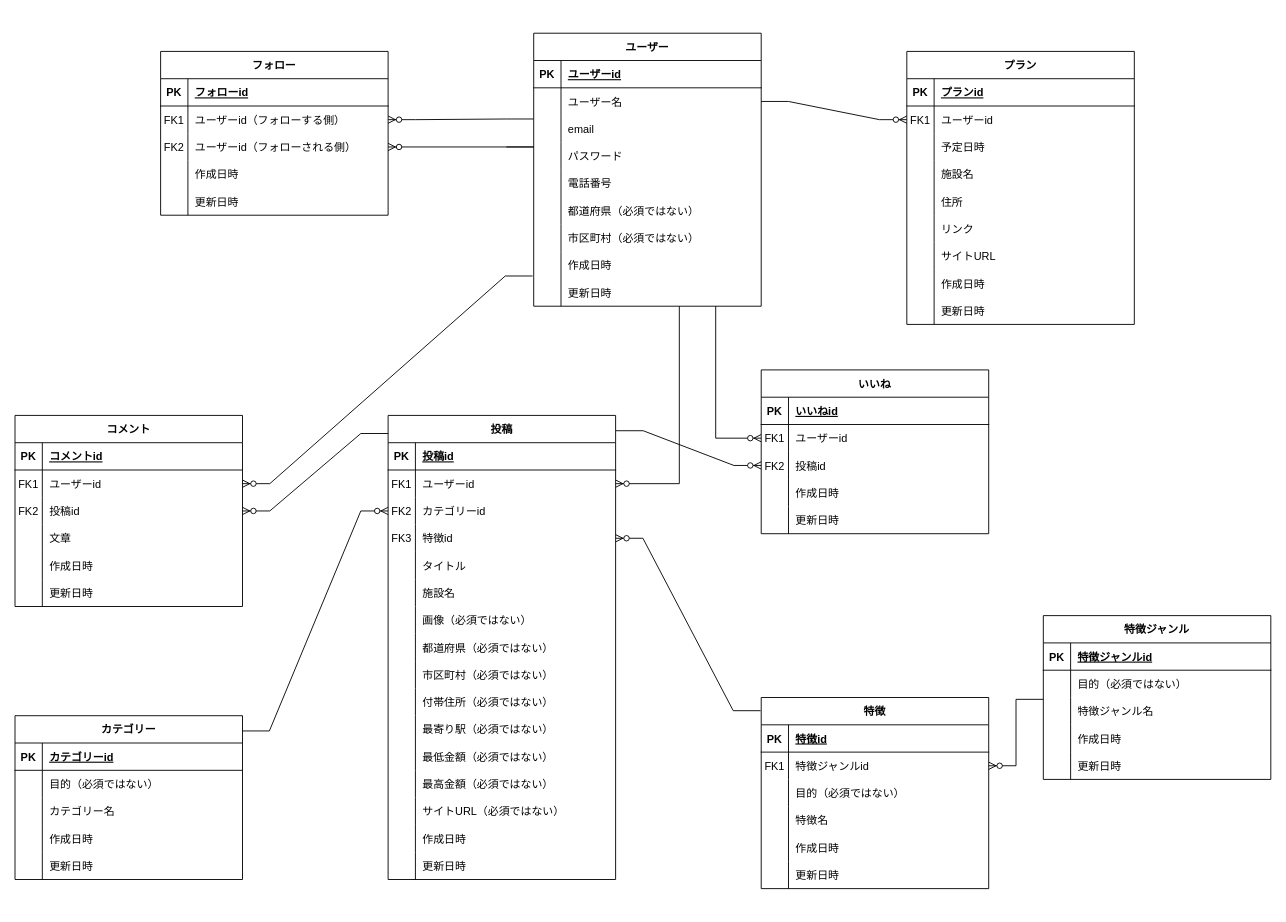
Above: er_figure.drawio in JunkiYuasa/trip_planning (draw.io), before the change. Source tidied: cells renumbered, new cells numbered last; positions are measured from the earlier drawing's top-left corner, leaving out a move shared by most shapes. Both pictures are drawn from the tidied source at 91%, with x=0, y=0 at pixel (15, 33).
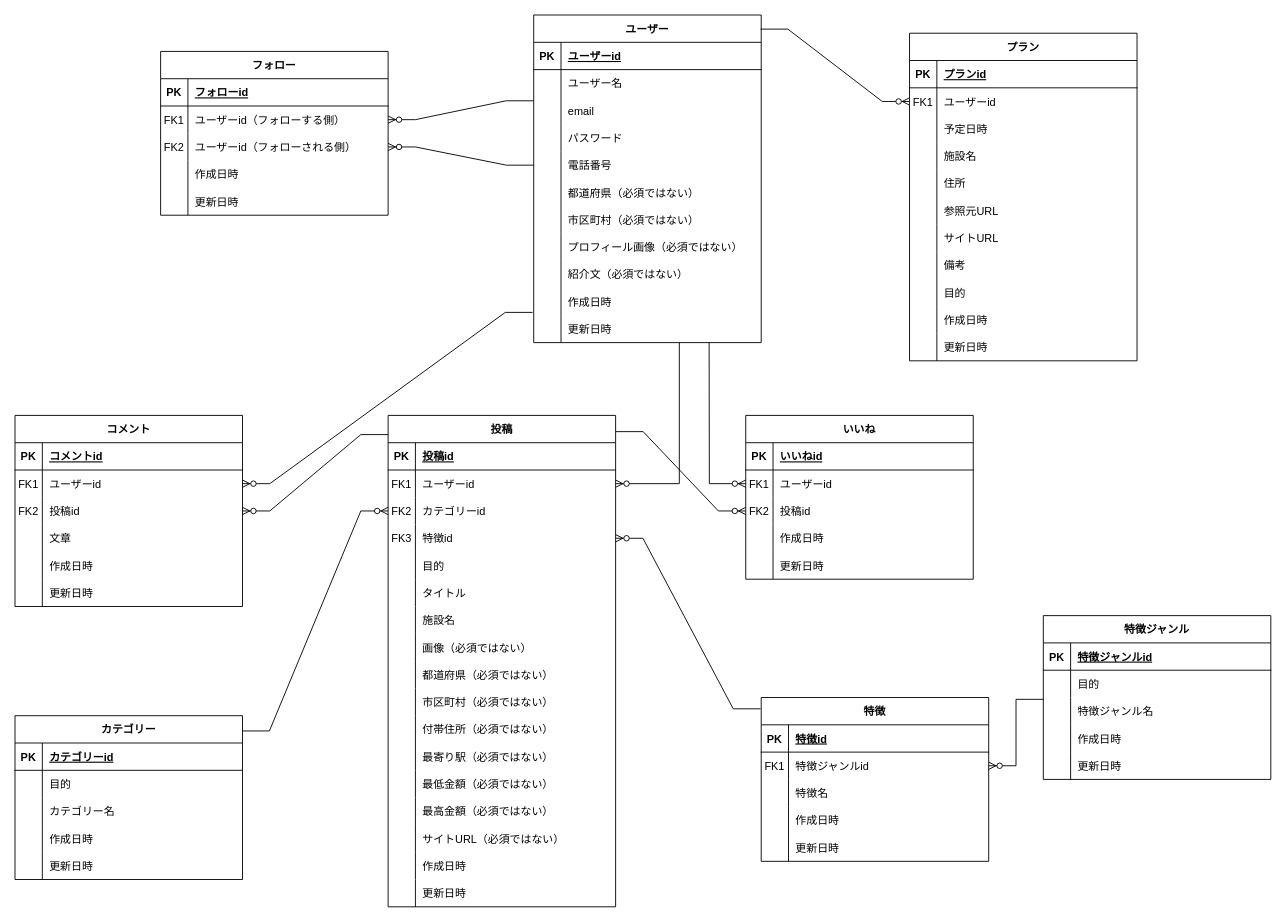
Above is the later version.

Commit message:
er_figure.drawio を更新します

Unchanged cells that the change refers to:
```xml
<mxCell id="74" style="shape=partialRectangle;fillColor=none;points=[[0,0.5],[1,0.5]];portConstraint=eastwest;top=0;left=0;right=0;bottom=0;" parent="70" vertex="1">
  <mxGeometry y="60" width="250" height="30" as="geometry" />
</mxCell>
<mxCell id="83" style="shape=partialRectangle;fillColor=none;points=[[0,0.5],[1,0.5]];portConstraint=eastwest;top=0;left=0;right=0;bottom=0;" parent="70" vertex="1">
  <mxGeometry y="150" width="250" height="30" as="geometry" />
</mxCell>
<mxCell id="121" style="shape=partialRectangle;fillColor=none;top=0;left=0;right=0;bottom=0;" parent="117" vertex="1">
  <mxGeometry y="60" width="250" height="30" as="geometry" />
</mxCell>
<mxCell id="137" style="shape=partialRectangle;fillColor=none;top=0;left=0;right=0;bottom=0;" parent="133" vertex="1">
  <mxGeometry y="60" width="250" height="30" as="geometry" />
</mxCell>
<mxCell id="153" style="shape=partialRectangle;fillColor=none;points=[[0,0.5],[1,0.5]];portConstraint=eastwest;top=0;left=0;right=0;bottom=0;" parent="149" vertex="1">
  <mxGeometry y="60" width="250" height="30" as="geometry" />
</mxCell>
<mxCell id="172" style="shape=partialRectangle;fillColor=none;points=[[0,0.5],[1,0.5]];portConstraint=eastwest;top=0;left=0;right=0;bottom=0;" parent="165" vertex="1">
  <mxGeometry y="90" width="250" height="30" as="geometry" />
</mxCell>
<mxCell id="185" style="shape=partialRectangle;fillColor=none;points=[[0,0.5],[1,0.5]];portConstraint=eastwest;top=0;left=0;right=0;bottom=0;" parent="181" vertex="1">
  <mxGeometry y="60" width="250" height="30" as="geometry" />
</mxCell>
<mxCell id="197" style="shape=partialRectangle;fillColor=none;top=0;left=0;right=0;bottom=0;" parent="181" vertex="1">
  <mxGeometry y="180" width="250" height="30" as="geometry" />
</mxCell>
```

Change to the diagram source:
```diff
@@
     <mxCell id="2" value="投稿" style="shape=table;startSize=30;childLayout=tableLayout;rowLines=0;fontStyle=1;align=center;" parent="1" vertex="1">
-      <mxGeometry x="410" y="420" width="250" height="510" as="geometry" />
+      <mxGeometry x="410" y="420" width="250" height="540" as="geometry" />
     </mxCell>
@@
+    <mxCell id="220" style="shape=partialRectangle;fillColor=none;top=0;left=0;right=0;bottom=0;" parent="2" vertex="1">
+      <mxGeometry y="150" width="250" height="30" as="geometry" />
+    </mxCell>
+    <mxCell id="221" style="shape=partialRectangle;overflow=hidden;fillColor=none;top=0;left=0;bottom=0;right=0;" parent="220" vertex="1">
+      <mxGeometry width="30" height="30" as="geometry" />
+    </mxCell>
+    <mxCell id="222" value="目的" style="shape=partialRectangle;overflow=hidden;fillColor=none;top=0;left=0;bottom=0;right=0;align=left;spacingLeft=6;" parent="220" vertex="1">
+      <mxGeometry x="30" width="220" height="30" as="geometry" />
+    </mxCell>
     <mxCell id="15" style="shape=partialRectangle;fillColor=none;top=0;left=0;right=0;bottom=0;" parent="2" vertex="1">
-      <mxGeometry y="150" width="250" height="30" as="geometry" />
+      <mxGeometry y="180" width="250" height="30" as="geometry" />
     </mxCell>
@@
     <mxCell id="18" style="shape=partialRectangle;fillColor=none;top=0;left=0;right=0;bottom=0;" parent="2" vertex="1">
-      <mxGeometry y="180" width="250" height="30" as="geometry" />
+      <mxGeometry y="210" width="250" height="30" as="geometry" />
     </mxCell>
@@
     <mxCell id="21" style="shape=partialRectangle;fillColor=none;top=0;left=0;right=0;bottom=0;" parent="2" vertex="1">
-      <mxGeometry y="210" width="250" height="30" as="geometry" />
+      <mxGeometry y="240" width="250" height="30" as="geometry" />
     </mxCell>
@@
     <mxCell id="24" style="shape=partialRectangle;fillColor=none;top=0;left=0;right=0;bottom=0;" parent="2" vertex="1">
-      <mxGeometry y="240" width="250" height="30" as="geometry" />
+      <mxGeometry y="270" width="250" height="30" as="geometry" />
     </mxCell>
@@
     <mxCell id="27" style="shape=partialRectangle;fillColor=none;top=0;left=0;right=0;bottom=0;" parent="2" vertex="1">
-      <mxGeometry y="270" width="250" height="30" as="geometry" />
+      <mxGeometry y="300" width="250" height="30" as="geometry" />
     </mxCell>
@@
     <mxCell id="30" style="shape=partialRectangle;fillColor=none;top=0;left=0;right=0;bottom=0;" parent="2" vertex="1">
-      <mxGeometry y="300" width="250" height="30" as="geometry" />
+      <mxGeometry y="330" width="250" height="30" as="geometry" />
     </mxCell>
@@
     <mxCell id="33" style="shape=partialRectangle;fillColor=none;top=0;left=0;right=0;bottom=0;" parent="2" vertex="1">
-      <mxGeometry y="330" width="250" height="30" as="geometry" />
+      <mxGeometry y="360" width="250" height="30" as="geometry" />
     </mxCell>
@@
     <mxCell id="36" style="shape=partialRectangle;fillColor=none;top=0;left=0;right=0;bottom=0;" parent="2" vertex="1">
-      <mxGeometry y="360" width="250" height="30" as="geometry" />
+      <mxGeometry y="390" width="250" height="30" as="geometry" />
     </mxCell>
@@
     <mxCell id="39" style="shape=partialRectangle;fillColor=none;top=0;left=0;right=0;bottom=0;" parent="2" vertex="1">
-      <mxGeometry y="390" width="250" height="30" as="geometry" />
+      <mxGeometry y="420" width="250" height="30" as="geometry" />
     </mxCell>
@@
     <mxCell id="42" style="shape=partialRectangle;fillColor=none;top=0;left=0;right=0;bottom=0;" parent="2" vertex="1">
-      <mxGeometry y="420" width="250" height="30" as="geometry" />
+      <mxGeometry y="450" width="250" height="30" as="geometry" />
     </mxCell>
@@
     <mxCell id="45" style="shape=partialRectangle;fillColor=none;top=0;left=0;right=0;bottom=0;" parent="2" vertex="1">
-      <mxGeometry y="450" width="250" height="30" as="geometry" />
+      <mxGeometry y="480" width="250" height="30" as="geometry" />
     </mxCell>
@@
     <mxCell id="48" style="shape=partialRectangle;fillColor=none;top=0;left=0;right=0;bottom=0;" parent="2" vertex="1">
-      <mxGeometry y="480" width="250" height="30" as="geometry" />
+      <mxGeometry y="510" width="250" height="30" as="geometry" />
     </mxCell>
@@
     <mxCell id="70" value="ユーザー" style="shape=table;startSize=30;childLayout=tableLayout;rowLines=0;fontStyle=1;align=center;" parent="1" vertex="1">
-      <mxGeometry x="570" width="250" height="300" as="geometry" />
+      <mxGeometry x="570" y="-20" width="250" height="360" as="geometry" />
     </mxCell>
@@
+    <mxCell id="223" style="shape=partialRectangle;fillColor=none;top=0;left=0;right=0;bottom=0;" parent="70" vertex="1">
+      <mxGeometry y="240" width="250" height="30" as="geometry" />
+    </mxCell>
+    <mxCell id="224" style="shape=partialRectangle;overflow=hidden;fillColor=none;top=0;left=0;bottom=0;right=0;" parent="223" vertex="1">
+      <mxGeometry width="30" height="30" as="geometry" />
+    </mxCell>
+    <mxCell id="225" value="プロフィール画像（必須ではない）" style="shape=partialRectangle;overflow=hidden;fillColor=none;top=0;left=0;bottom=0;right=0;align=left;spacingLeft=6;" parent="223" vertex="1">
+      <mxGeometry x="30" width="220" height="30" as="geometry" />
+    </mxCell>
+    <mxCell id="226" style="shape=partialRectangle;fillColor=none;top=0;left=0;right=0;bottom=0;" parent="70" vertex="1">
+      <mxGeometry y="270" width="250" height="30" as="geometry" />
+    </mxCell>
+    <mxCell id="227" style="shape=partialRectangle;overflow=hidden;fillColor=none;top=0;left=0;bottom=0;right=0;" parent="226" vertex="1">
+      <mxGeometry width="30" height="30" as="geometry" />
+    </mxCell>
+    <mxCell id="228" value="紹介文（必須ではない）" style="shape=partialRectangle;overflow=hidden;fillColor=none;top=0;left=0;bottom=0;right=0;align=left;spacingLeft=6;" parent="226" vertex="1">
+      <mxGeometry x="30" width="220" height="30" as="geometry" />
+    </mxCell>
     <mxCell id="92" style="shape=partialRectangle;fillColor=none;top=0;left=0;right=0;bottom=0;" parent="70" vertex="1">
-      <mxGeometry y="240" width="250" height="30" as="geometry" />
+      <mxGeometry y="300" width="250" height="30" as="geometry" />
     </mxCell>
@@
     <mxCell id="95" style="shape=partialRectangle;fillColor=none;points=[[0,0.5],[1,0.5]];portConstraint=eastwest;top=0;left=0;right=0;bottom=0;" parent="70" vertex="1">
-      <mxGeometry y="270" width="250" height="30" as="geometry" />
+      <mxGeometry y="330" width="250" height="30" as="geometry" />
     </mxCell>
@@
     <mxCell id="98" value="特徴" style="shape=table;startSize=30;childLayout=tableLayout;rowLines=0;fontStyle=1;align=center;" parent="1" vertex="1">
-      <mxGeometry x="820" y="730" width="250" height="210" as="geometry" />
+      <mxGeometry x="820" y="730" width="250" height="180" as="geometry" />
     </mxCell>
@@
-    <mxCell id="105" style="shape=partialRectangle;fillColor=none;top=0;left=0;right=0;bottom=0;" parent="98" vertex="1">
-      <mxGeometry y="90" width="250" height="30" as="geometry" />
-    </mxCell>
-    <mxCell id="106" style="shape=partialRectangle;overflow=hidden;fillColor=none;top=0;left=0;bottom=0;right=0;" parent="105" vertex="1">
-      <mxGeometry width="30" height="30" as="geometry" />
-    </mxCell>
-    <mxCell id="107" value="目的（必須ではない）" style="shape=partialRectangle;overflow=hidden;fillColor=none;top=0;left=0;bottom=0;right=0;align=left;spacingLeft=6;" parent="105" vertex="1">
-      <mxGeometry x="30" width="220" height="30" as="geometry" />
-    </mxCell>
     <mxCell id="108" style="shape=partialRectangle;fillColor=none;top=0;left=0;right=0;bottom=0;" parent="98" vertex="1">
-      <mxGeometry y="120" width="250" height="30" as="geometry" />
+      <mxGeometry y="90" width="250" height="30" as="geometry" />
     </mxCell>
@@
     <mxCell id="111" style="shape=partialRectangle;fillColor=none;top=0;left=0;right=0;bottom=0;" parent="98" vertex="1">
-      <mxGeometry y="150" width="250" height="30" as="geometry" />
+      <mxGeometry y="120" width="250" height="30" as="geometry" />
     </mxCell>
@@
     <mxCell id="114" style="shape=partialRectangle;fillColor=none;top=0;left=0;right=0;bottom=0;" parent="98" vertex="1">
-      <mxGeometry y="180" width="250" height="30" as="geometry" />
+      <mxGeometry y="150" width="250" height="30" as="geometry" />
     </mxCell>
@@
-    <mxCell id="123" value="目的（必須ではない）" style="shape=partialRectangle;overflow=hidden;fillColor=none;top=0;left=0;bottom=0;right=0;align=left;spacingLeft=6;" parent="121" vertex="1">
+    <mxCell id="123" value="目的" style="shape=partialRectangle;overflow=hidden;fillColor=none;top=0;left=0;bottom=0;right=0;align=left;spacingLeft=6;" parent="121" vertex="1">
       <mxGeometry x="30" width="220" height="30" as="geometry" />
     </mxCell>
@@
-    <mxCell id="139" value="目的（必須ではない）" style="shape=partialRectangle;overflow=hidden;fillColor=none;top=0;left=0;bottom=0;right=0;align=left;spacingLeft=6;" parent="137" vertex="1">
+    <mxCell id="139" value="目的" style="shape=partialRectangle;overflow=hidden;fillColor=none;top=0;left=0;bottom=0;right=0;align=left;spacingLeft=6;" parent="137" vertex="1">
       <mxGeometry x="30" width="220" height="30" as="geometry" />
     </mxCell>
@@
     <mxCell id="149" value="いいね" style="shape=table;startSize=30;childLayout=tableLayout;rowLines=0;fontStyle=1;align=center;" parent="1" vertex="1">
-      <mxGeometry x="820" y="370" width="250" height="180" as="geometry" />
+      <mxGeometry x="803" y="420" width="250" height="180" as="geometry" />
     </mxCell>
@@
     <mxCell id="181" value="プラン" style="shape=table;startSize=30;childLayout=tableLayout;rowLines=0;fontStyle=1;align=center;" parent="1" vertex="1">
-      <mxGeometry x="980" y="20" width="250" height="300" as="geometry" />
+      <mxGeometry x="983" width="250" height="360" as="geometry" />
     </mxCell>
@@
-    <mxCell id="199" value="リンク" style="shape=partialRectangle;overflow=hidden;fillColor=none;top=0;left=0;bottom=0;right=0;align=left;spacingLeft=6;" parent="197" vertex="1">
+    <mxCell id="199" value="参照元URL" style="shape=partialRectangle;overflow=hidden;fillColor=none;top=0;left=0;bottom=0;right=0;align=left;spacingLeft=6;" parent="197" vertex="1">
       <mxGeometry x="30" width="220" height="30" as="geometry" />
     </mxCell>
@@
+    <mxCell id="229" style="shape=partialRectangle;fillColor=none;top=0;left=0;right=0;bottom=0;" parent="181" vertex="1">
+      <mxGeometry y="240" width="250" height="30" as="geometry" />
+    </mxCell>
+    <mxCell id="230" style="shape=partialRectangle;overflow=hidden;fillColor=none;top=0;left=0;bottom=0;right=0;" parent="229" vertex="1">
+      <mxGeometry width="30" height="30" as="geometry" />
+    </mxCell>
+    <mxCell id="231" value="備考" style="shape=partialRectangle;overflow=hidden;fillColor=none;top=0;left=0;bottom=0;right=0;align=left;spacingLeft=6;" parent="229" vertex="1">
+      <mxGeometry x="30" width="220" height="30" as="geometry" />
+    </mxCell>
+    <mxCell id="232" style="shape=partialRectangle;fillColor=none;top=0;left=0;right=0;bottom=0;" parent="181" vertex="1">
+      <mxGeometry y="270" width="250" height="30" as="geometry" />
+    </mxCell>
+    <mxCell id="233" style="shape=partialRectangle;overflow=hidden;fillColor=none;top=0;left=0;bottom=0;right=0;" parent="232" vertex="1">
+      <mxGeometry width="30" height="30" as="geometry" />
+    </mxCell>
+    <mxCell id="234" value="目的" style="shape=partialRectangle;overflow=hidden;fillColor=none;top=0;left=0;bottom=0;right=0;align=left;spacingLeft=6;" parent="232" vertex="1">
+      <mxGeometry x="30" width="220" height="30" as="geometry" />
+    </mxCell>
     <mxCell id="203" style="shape=partialRectangle;fillColor=none;top=0;left=0;right=0;bottom=0;" parent="181" vertex="1">
-      <mxGeometry y="240" width="250" height="30" as="geometry" />
+      <mxGeometry y="300" width="250" height="30" as="geometry" />
     </mxCell>
@@
     <mxCell id="206" style="shape=partialRectangle;fillColor=none;top=0;left=0;right=0;bottom=0;" parent="181" vertex="1">
-      <mxGeometry y="270" width="250" height="30" as="geometry" />
+      <mxGeometry y="330" width="250" height="30" as="geometry" />
     </mxCell>
@@
-    <mxCell id="209" style="edgeStyle=entityRelationEdgeStyle;fontSize=12;html=1;endArrow=ERzeroToMany;endFill=1;rounded=0;entryX=1;entryY=0.5;entryDx=0;entryDy=0;" parent="1" edge="1" target="172">
+    <mxCell id="209" style="edgeStyle=entityRelationEdgeStyle;fontSize=12;html=1;endArrow=ERzeroToMany;endFill=1;rounded=0;entryX=1;entryY=0.5;entryDx=0;entryDy=0;exitX=0;exitY=0.5;exitDx=0;exitDy=0;" parent="1" edge="1" source="83" target="172">
       <mxGeometry relative="1" as="geometry">
-        <mxPoint x="540" y="125" as="sourcePoint" />
+        <Array as="points">
+          <mxPoint x="570" y="150" />
+          <mxPoint x="553" y="130" />
+        </Array>
       </mxGeometry>
     </mxCell>
@@
-    <mxCell id="216" style="edgeStyle=entityRelationEdgeStyle;fontSize=12;html=1;endArrow=ERzeroToMany;endFill=1;rounded=0;entryX=0;entryY=0.5;entryDx=0;entryDy=0;exitX=1;exitY=0.5;exitDx=0;exitDy=0;" parent="1" edge="1" source="74" target="185">
+    <mxCell id="216" style="edgeStyle=entityRelationEdgeStyle;fontSize=12;html=1;endArrow=ERzeroToMany;endFill=1;rounded=0;entryX=0;entryY=0.5;entryDx=0;entryDy=0;exitX=0.997;exitY=0.043;exitDx=0;exitDy=0;exitPerimeter=0;" parent="1" edge="1" source="70" target="185">
       <mxGeometry relative="1" as="geometry" />
     </mxCell>
-    <mxCell id="217" style="edgeStyle=elbowEdgeStyle;fontSize=12;html=1;endArrow=ERzeroToMany;endFill=1;rounded=0;entryX=0;entryY=0.5;entryDx=0;entryDy=0;" parent="1" edge="1" target="153">
+    <mxCell id="217" style="edgeStyle=elbowEdgeStyle;fontSize=12;html=1;endArrow=ERzeroToMany;endFill=1;rounded=0;entryX=0;entryY=0.5;entryDx=0;entryDy=0;exitX=0.771;exitY=0.987;exitDx=0;exitDy=0;exitPerimeter=0;" parent="1" edge="1" source="95" target="153">
       <mxGeometry relative="1" as="geometry">
-        <mxPoint x="770" y="300" as="sourcePoint" />
         <Array as="points">
-          <mxPoint x="770" y="399" />
+          <mxPoint x="763" y="410" />
         </Array>
       </mxGeometry>
     </mxCell>
```
